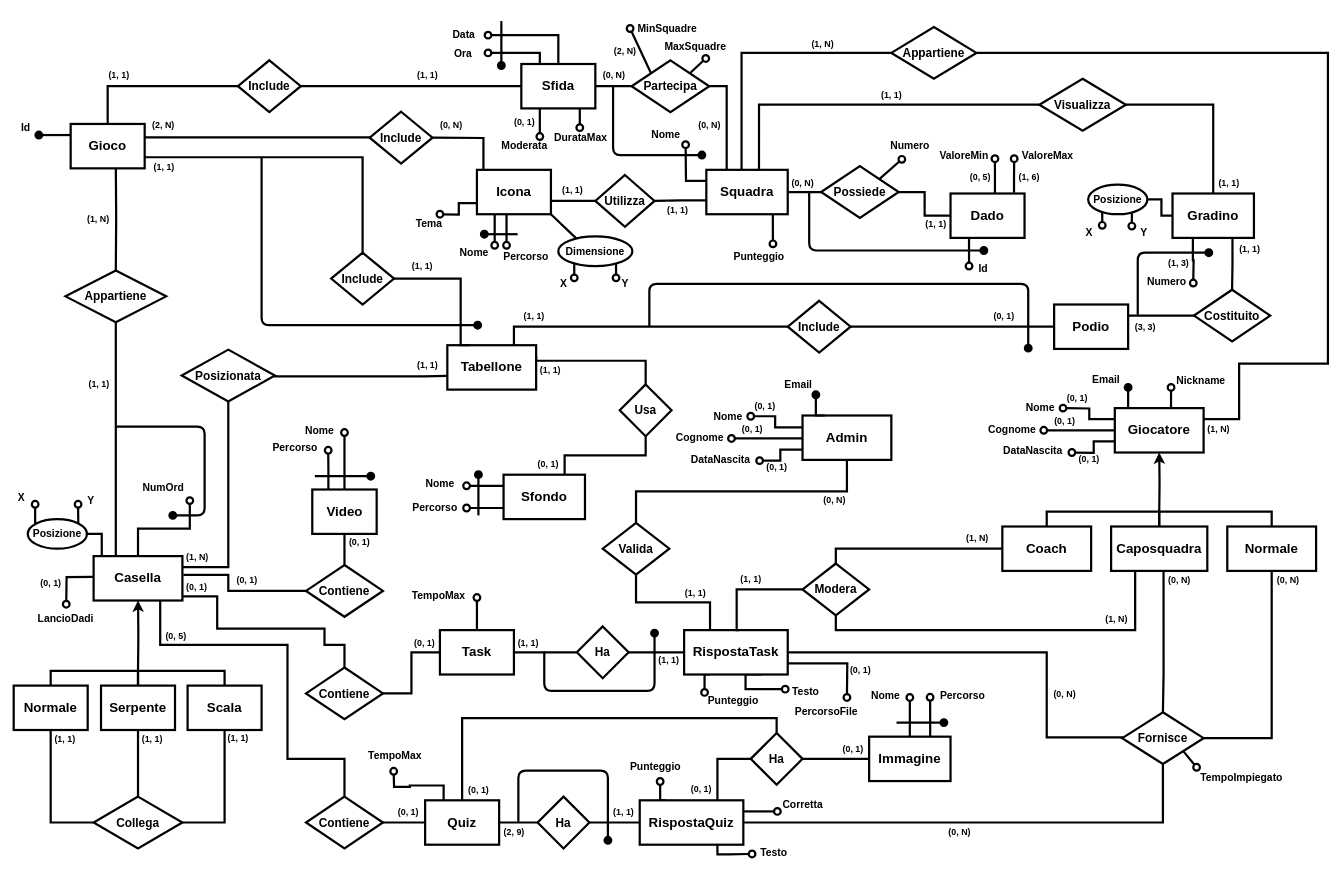
lorenzobilli/BD-project keeps this draw.io diagram as Progetto concettuale/Schema ER.drawio. Above is the earlier version. Source tidied: cells renumbered, new cells numbered last; positions are measured from the earlier drawing's top-left corner, leaving out a move shared by most shapes. Both pictures are drawn from the tidied source at 74%, with x=0, y=0 at pixel (13, 20).
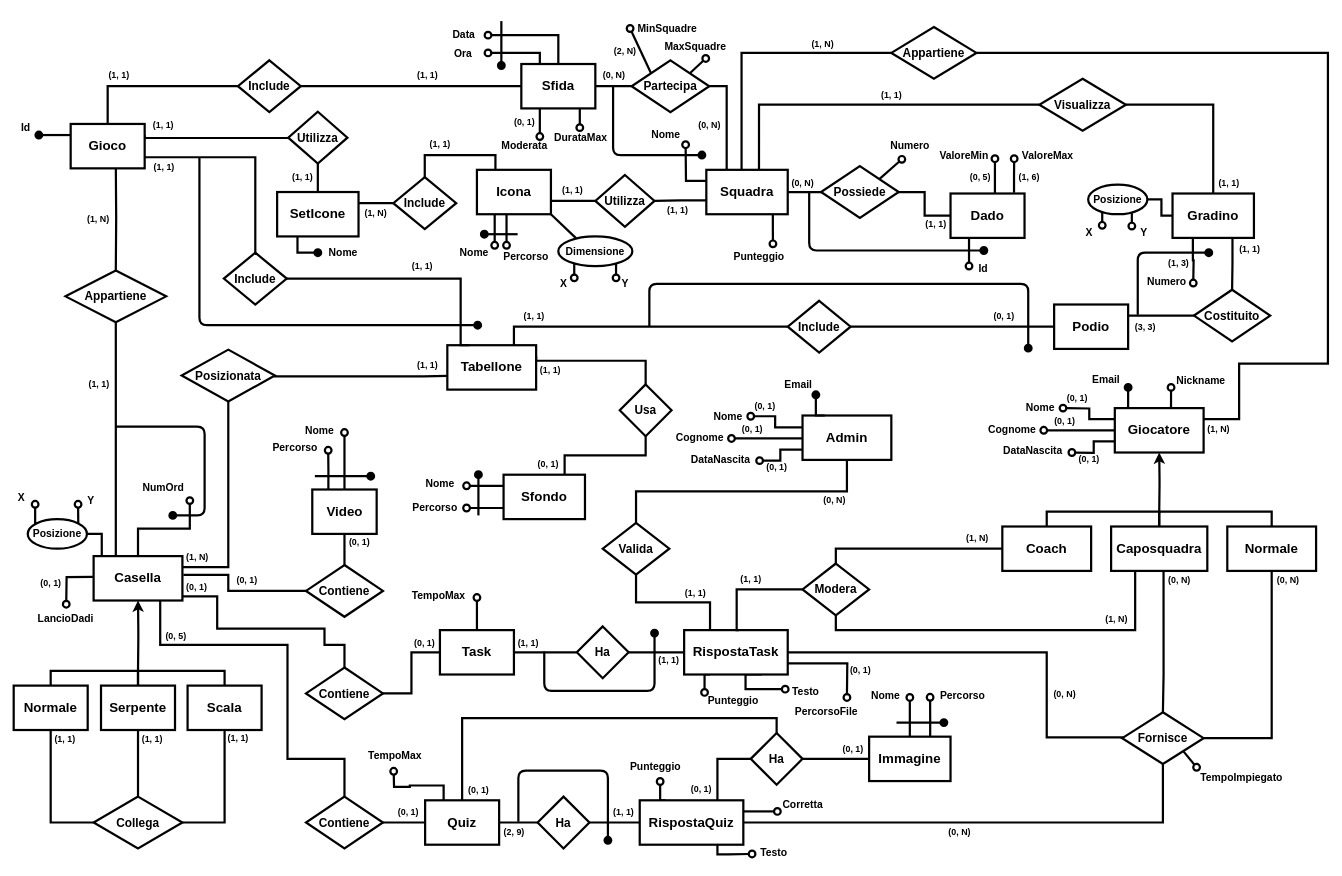
The same diagram, later.

Commit message (it also covers changes not shown here):
Added SetIcone entity

Unchanged cells that the change refers to:
```xml
<mxCell id="6" value="Gioco" style="rounded=0;whiteSpace=wrap;html=1;strokeWidth=3;fontSize=18;shadow=0;fontStyle=1;" parent="1" vertex="1">
  <mxGeometry x="77" y="140" width="100" height="60" as="geometry" />
</mxCell>
<mxCell id="75" value="Icona" style="rounded=0;whiteSpace=wrap;html=1;strokeWidth=3;fontSize=18;shadow=0;fontStyle=1;" parent="1" vertex="1">
  <mxGeometry x="626" y="202" width="100" height="60" as="geometry" />
</mxCell>
```

The edit, as a diff of the source:
```diff
@@
-    <mxCell id="4" style="edgeStyle=orthogonalEdgeStyle;rounded=0;jettySize=auto;html=1;entryX=0;entryY=0.5;entryDx=0;entryDy=0;startArrow=none;startFill=0;endArrow=none;endFill=0;fillColor=none;strokeWidth=3;shadow=0;fontStyle=1;" parent="1" edge="1" target="82">
+    <mxCell id="4" style="edgeStyle=orthogonalEdgeStyle;rounded=0;jettySize=auto;html=1;entryX=0;entryY=0.5;entryDx=0;entryDy=0;startArrow=none;startFill=0;endArrow=none;endFill=0;fillColor=none;strokeWidth=3;shadow=0;fontStyle=1;exitX=1;exitY=0.25;exitDx=0;exitDy=0;" parent="1" edge="1" source="6" target="291">
       <mxGeometry relative="1" as="geometry">
-        <mxPoint x="166" y="159" as="sourcePoint" />
         <Array as="points">
-          <mxPoint x="166" y="158" />
-          <mxPoint x="501" y="158" />
+          <mxPoint x="177" y="159" />
+          <mxPoint x="379" y="159" />
         </Array>
       </mxGeometry>
     </mxCell>
@@
-    <mxCell id="72" style="edgeStyle=orthogonalEdgeStyle;rounded=0;jettySize=auto;html=1;exitX=0;exitY=0.75;exitDx=0;exitDy=0;fontSize=10;endArrow=oval;endFill=0;strokeWidth=3;shadow=0;endSize=9;fontStyle=1;" parent="1" edge="1" source="75">
-      <mxGeometry relative="1" as="geometry">
-        <mxPoint x="576" y="262" as="targetPoint" />
-      </mxGeometry>
-    </mxCell>
@@
     <mxCell id="80" value="Include" style="rhombus;whiteSpace=wrap;html=1;strokeWidth=3;fontSize=16;shadow=0;fontStyle=1;" parent="1" vertex="1">
-      <mxGeometry x="429" y="314" width="85" height="70" as="geometry" />
+      <mxGeometry x="284" y="314" width="85" height="70" as="geometry" />
     </mxCell>
-    <mxCell id="81" style="edgeStyle=elbowEdgeStyle;rounded=0;jettySize=auto;elbow=vertical;html=1;exitX=1;exitY=0.5;exitDx=0;exitDy=0;entryX=0.088;entryY=0.008;entryDx=0;entryDy=0;entryPerimeter=0;fontSize=16;startArrow=none;startFill=0;endArrow=none;endFill=0;strokeWidth=3;shadow=0;fontStyle=1;" parent="1" edge="1" source="82" target="75">
-      <mxGeometry relative="1" as="geometry">
-        <Array as="points">
-          <mxPoint x="596" y="159" />
-        </Array>
-      </mxGeometry>
+    <mxCell id="81" style="edgeStyle=orthogonalEdgeStyle;rounded=0;jettySize=auto;html=1;exitX=0.5;exitY=0;exitDx=0;exitDy=0;entryX=0.25;entryY=0;entryDx=0;entryDy=0;endArrow=none;endFill=0;strokeWidth=3;" parent="1" edge="1" source="82" target="75">
+      <mxGeometry relative="1" as="geometry" />
     </mxCell>
     <mxCell id="82" value="Include" style="rhombus;whiteSpace=wrap;html=1;strokeWidth=3;fontSize=16;shadow=0;fontStyle=1;" parent="1" vertex="1">
-      <mxGeometry x="481" y="123.5" width="85" height="70" as="geometry" />
+      <mxGeometry x="513" y="212" width="85" height="70" as="geometry" />
     </mxCell>
@@
-    <mxCell id="139" value="Tema" style="text;html=1;align=center;verticalAlign=middle;strokeColor=none;fontSize=14;strokeWidth=3;shadow=0;fontStyle=1;" parent="1" vertex="1">
-      <mxGeometry x="538" y="264" width="46" height="21" as="geometry" />
-    </mxCell>
@@
     <mxCell id="175" style="endArrow=none;html=1;startSize=9;endSize=9;strokeWidth=3;edgeStyle=orthogonalEdgeStyle;startArrow=oval;startFill=1;" parent="1" edge="1">
       <mxGeometry relative="1" as="geometry">
         <mxPoint x="627" y="412" as="sourcePoint" />
-        <mxPoint x="335" y="185" as="targetPoint" />
+        <mxPoint x="251" y="185" as="targetPoint" />
         <Array as="points">
-          <mxPoint x="335" y="412" />
+          <mxPoint x="251" y="412" />
         </Array>
       </mxGeometry>
     </mxCell>
@@
-    <mxCell id="213" value="&lt;font style=&quot;font-size: 12px&quot;&gt;&lt;b&gt;(2, N)&lt;/b&gt;&lt;/font&gt;" style="text;html=1;align=center;verticalAlign=middle;strokeColor=none;fillColor=none;fontSize=14;" parent="1" vertex="1">
-      <mxGeometry x="182" y="130" width="40" height="22" as="geometry" />
+    <mxCell id="213" value="&lt;font style=&quot;font-size: 12px&quot;&gt;&lt;b&gt;(1, 1)&lt;/b&gt;&lt;/font&gt;" style="text;html=1;align=center;verticalAlign=middle;strokeColor=none;fillColor=none;fontSize=14;" parent="1" vertex="1">
+      <mxGeometry x="183" y="130" width="38" height="22" as="geometry" />
     </mxCell>
-    <mxCell id="214" value="&lt;font style=&quot;font-size: 12px&quot;&gt;&lt;b&gt;(0, N)&lt;/b&gt;&lt;/font&gt;" style="text;html=1;align=center;verticalAlign=middle;strokeColor=none;fillColor=none;fontSize=14;" parent="1" vertex="1">
-      <mxGeometry x="571" y="130" width="40" height="22" as="geometry" />
+    <mxCell id="214" value="&lt;font style=&quot;font-size: 12px&quot;&gt;&lt;b&gt;(1, 1)&lt;/b&gt;&lt;/font&gt;" style="text;html=1;align=center;verticalAlign=middle;strokeColor=none;fillColor=none;fontSize=14;" parent="1" vertex="1">
+      <mxGeometry x="556.5" y="155" width="38" height="22" as="geometry" />
     </mxCell>
@@
+    <mxCell id="287" style="edgeStyle=orthogonalEdgeStyle;rounded=0;jettySize=auto;html=1;exitX=1;exitY=0.25;exitDx=0;exitDy=0;entryX=0;entryY=0.5;entryDx=0;entryDy=0;endArrow=none;endFill=0;strokeWidth=3;" parent="1" edge="1" source="289" target="82">
+      <mxGeometry relative="1" as="geometry" />
+    </mxCell>
+    <mxCell id="288" style="edgeStyle=orthogonalEdgeStyle;rounded=0;jettySize=auto;html=1;exitX=0.25;exitY=1;exitDx=0;exitDy=0;endArrow=oval;endFill=1;strokeWidth=3;endSize=9;" parent="1" edge="1" source="289">
+      <mxGeometry relative="1" as="geometry">
+        <mxPoint x="411" y="314" as="targetPoint" />
+        <Array as="points">
+          <mxPoint x="384" y="314" />
+        </Array>
+      </mxGeometry>
+    </mxCell>
+    <mxCell id="289" value="SetIcone" style="rounded=0;whiteSpace=wrap;html=1;strokeWidth=3;fontSize=18;shadow=0;fontStyle=1;" parent="1" vertex="1">
+      <mxGeometry x="356" y="232" width="110" height="60" as="geometry" />
+    </mxCell>
+    <mxCell id="290" style="edgeStyle=orthogonalEdgeStyle;rounded=0;jettySize=auto;html=1;exitX=0.5;exitY=1;exitDx=0;exitDy=0;entryX=0.5;entryY=0;entryDx=0;entryDy=0;strokeWidth=3;endArrow=none;endFill=0;" parent="1" edge="1" source="291" target="289">
+      <mxGeometry relative="1" as="geometry" />
+    </mxCell>
+    <mxCell id="291" value="Utilizza" style="rhombus;whiteSpace=wrap;html=1;strokeWidth=3;fontSize=16;shadow=0;fontStyle=1;" parent="1" vertex="1">
+      <mxGeometry x="371" y="123.5" width="80" height="70" as="geometry" />
+    </mxCell>
+    <mxCell id="292" value="&lt;font style=&quot;font-size: 12px&quot;&gt;&lt;b&gt;(1, N)&lt;/b&gt;&lt;/font&gt;" style="text;html=1;align=center;verticalAlign=middle;strokeColor=none;fillColor=none;fontSize=14;" parent="1" vertex="1">
+      <mxGeometry x="469" y="249" width="40" height="22" as="geometry" />
+    </mxCell>
+    <mxCell id="293" value="&lt;font style=&quot;font-size: 12px&quot;&gt;&lt;b&gt;(1, 1)&lt;/b&gt;&lt;/font&gt;" style="text;html=1;align=center;verticalAlign=middle;strokeColor=none;fillColor=none;fontSize=14;" parent="1" vertex="1">
+      <mxGeometry x="371" y="200" width="38" height="22" as="geometry" />
+    </mxCell>
+    <mxCell id="294" value="Nome" style="text;html=1;align=center;verticalAlign=middle;strokeColor=none;fontSize=14;strokeWidth=3;shadow=0;fontStyle=1;" parent="1" vertex="1">
+      <mxGeometry x="420" y="303" width="49" height="21" as="geometry" />
+    </mxCell>
```
